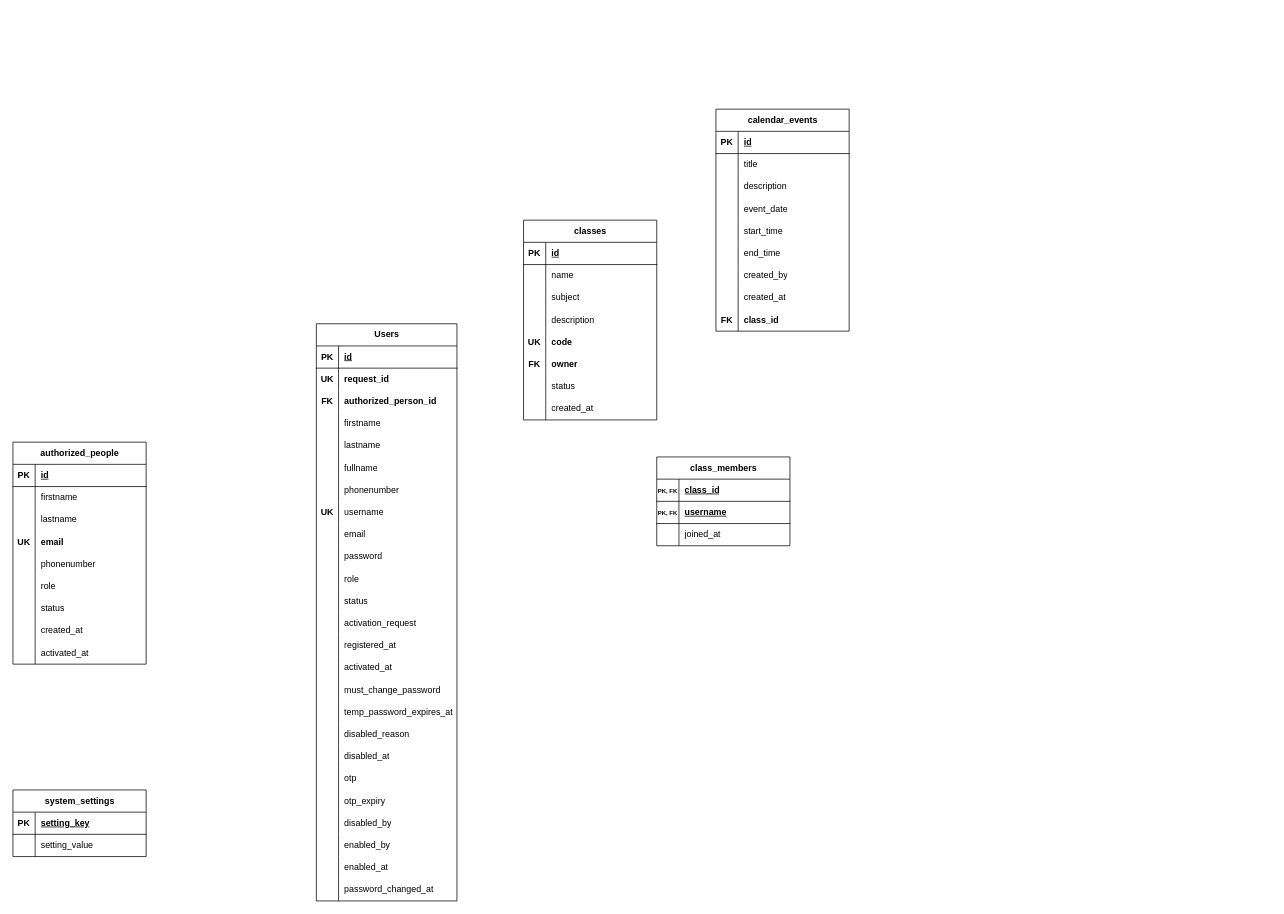
Earlier version of the draw.io diagram finalized.drawio (RexKvntt/2nd-Year-Projects). Source tidied: cells renumbered, new cells numbered last; positions are measured from the earlier drawing's top-left corner, leaving out a move shared by most shapes. Both pictures are drawn from the tidied source at 74%, with x=0, y=0 at pixel (13, 109).
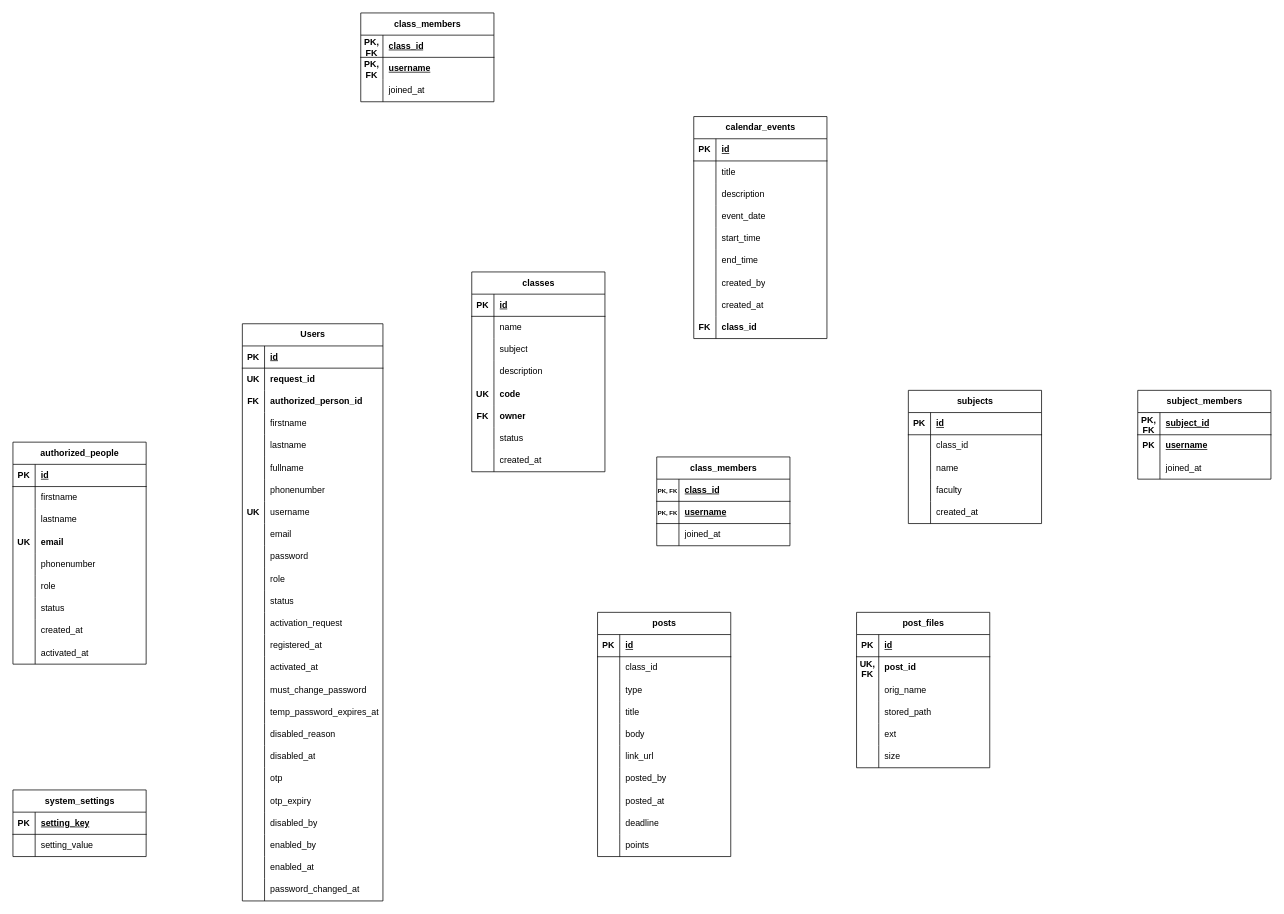
The same diagram, later.

What changed in the source:
```diff
@@
     <mxCell id="2" value="Users" style="shape=table;startSize=30;childLayout=tableLayout;rowLines=0;fontStyle=1;align=center;html=1;" parent="1" vertex="1">
-      <mxGeometry x="410" y="290" width="190" height="780" as="geometry" />
+      <mxGeometry x="310" y="290" width="190" height="780" as="geometry" />
     </mxCell>
@@
     <mxCell id="113" value="classes" style="shape=table;startSize=30;childLayout=tableLayout;rowLines=0;fontStyle=1;align=center;html=1;" parent="1" vertex="1">
-      <mxGeometry x="690" y="150" width="180" height="270" as="geometry" />
+      <mxGeometry x="620" y="220" width="180" height="270" as="geometry" />
     </mxCell>
@@
     <mxCell id="138" value="calendar_events" style="shape=table;startSize=30;childLayout=tableLayout;rowLines=0;fontStyle=1;align=center;html=1;" parent="1" vertex="1">
-      <mxGeometry x="950" width="180" height="300" as="geometry" />
+      <mxGeometry x="920" y="10" width="180" height="300" as="geometry" />
     </mxCell>
@@
+    <mxCell id="176" value="class_members" style="shape=table;startSize=30;childLayout=tableLayout;rowLines=0;fontStyle=1;align=center;html=1;" parent="1" vertex="1">
+      <mxGeometry x="470" y="-130" width="180" height="120" as="geometry" />
+    </mxCell>
+    <mxCell id="177" style="shape=tableRow;horizontal=0;startSize=0;swimlaneHead=0;swimlaneBody=0;fillColor=none;top=0;left=0;right=0;bottom=1;" parent="176" vertex="1">
+      <mxGeometry y="30" width="180" height="30" as="geometry" />
+    </mxCell>
+    <mxCell id="178" value="PK, FK" style="shape=partialRectangle;fillColor=none;top=0;left=0;bottom=0;right=0;fontStyle=1;overflow=hidden;whiteSpace=wrap;html=1;" parent="177" vertex="1">
+      <mxGeometry width="30" height="30" as="geometry" />
+    </mxCell>
+    <mxCell id="179" value="class_id" style="shape=partialRectangle;fillColor=none;top=0;left=0;bottom=0;right=0;align=left;spacingLeft=6;fontStyle=5;overflow=hidden;whiteSpace=wrap;html=1;" parent="177" vertex="1">
+      <mxGeometry x="30" width="150" height="30" as="geometry" />
+    </mxCell>
+    <mxCell id="180" style="shape=tableRow;horizontal=0;startSize=0;swimlaneHead=0;swimlaneBody=0;fillColor=none;top=0;left=0;right=0;bottom=0;" parent="176" vertex="1">
+      <mxGeometry y="60" width="180" height="30" as="geometry" />
+    </mxCell>
+    <mxCell id="181" value="&lt;b&gt;PK, FK&lt;/b&gt;" style="shape=partialRectangle;fillColor=none;top=0;left=0;bottom=0;right=0;overflow=hidden;whiteSpace=wrap;html=1;" parent="180" vertex="1">
+      <mxGeometry width="30" height="30" as="geometry" />
+    </mxCell>
+    <mxCell id="182" value="&lt;b&gt;&lt;u&gt;username&lt;/u&gt;&lt;/b&gt;" style="shape=partialRectangle;fillColor=none;top=0;left=0;bottom=0;right=0;align=left;spacingLeft=6;overflow=hidden;whiteSpace=wrap;html=1;" parent="180" vertex="1">
+      <mxGeometry x="30" width="150" height="30" as="geometry" />
+    </mxCell>
+    <mxCell id="183" style="shape=tableRow;horizontal=0;startSize=0;swimlaneHead=0;swimlaneBody=0;fillColor=none;top=0;left=0;right=0;bottom=0;" parent="176" vertex="1">
+      <mxGeometry y="90" width="180" height="30" as="geometry" />
+    </mxCell>
+    <mxCell id="184" style="shape=partialRectangle;fillColor=none;top=0;left=0;bottom=0;right=0;overflow=hidden;whiteSpace=wrap;html=1;" parent="183" vertex="1">
+      <mxGeometry width="30" height="30" as="geometry" />
+    </mxCell>
+    <mxCell id="185" value="joined_at" style="shape=partialRectangle;fillColor=none;top=0;left=0;bottom=0;right=0;align=left;spacingLeft=6;overflow=hidden;whiteSpace=wrap;html=1;" parent="183" vertex="1">
+      <mxGeometry x="30" width="150" height="30" as="geometry" />
+    </mxCell>
+    <mxCell id="186" value="subjects" style="shape=table;startSize=30;childLayout=tableLayout;rowLines=0;fontStyle=1;align=center;html=1;" parent="1" vertex="1">
+      <mxGeometry x="1210" y="380" width="180" height="180" as="geometry" />
+    </mxCell>
+    <mxCell id="187" style="shape=tableRow;horizontal=0;startSize=0;swimlaneHead=0;swimlaneBody=0;fillColor=none;top=0;left=0;right=0;bottom=1;" parent="186" vertex="1">
+      <mxGeometry y="30" width="180" height="30" as="geometry" />
+    </mxCell>
+    <mxCell id="188" value="PK" style="shape=partialRectangle;fillColor=none;top=0;left=0;bottom=0;right=0;fontStyle=1;overflow=hidden;whiteSpace=wrap;html=1;" parent="187" vertex="1">
+      <mxGeometry width="30" height="30" as="geometry" />
+    </mxCell>
+    <mxCell id="189" value="id" style="shape=partialRectangle;fillColor=none;top=0;left=0;bottom=0;right=0;align=left;spacingLeft=6;fontStyle=5;overflow=hidden;whiteSpace=wrap;html=1;" parent="187" vertex="1">
+      <mxGeometry x="30" width="150" height="30" as="geometry" />
+    </mxCell>
+    <mxCell id="190" style="shape=tableRow;horizontal=0;startSize=0;swimlaneHead=0;swimlaneBody=0;fillColor=none;top=0;left=0;right=0;bottom=0;" parent="186" vertex="1">
+      <mxGeometry y="60" width="180" height="30" as="geometry" />
+    </mxCell>
+    <mxCell id="191" style="shape=partialRectangle;fillColor=none;top=0;left=0;bottom=0;right=0;overflow=hidden;whiteSpace=wrap;html=1;" parent="190" vertex="1">
+      <mxGeometry width="30" height="30" as="geometry" />
+    </mxCell>
+    <mxCell id="192" value="class_id" style="shape=partialRectangle;fillColor=none;top=0;left=0;bottom=0;right=0;align=left;spacingLeft=6;overflow=hidden;whiteSpace=wrap;html=1;" parent="190" vertex="1">
+      <mxGeometry x="30" width="150" height="30" as="geometry" />
+    </mxCell>
+    <mxCell id="193" style="shape=tableRow;horizontal=0;startSize=0;swimlaneHead=0;swimlaneBody=0;fillColor=none;top=0;left=0;right=0;bottom=0;" parent="186" vertex="1">
+      <mxGeometry y="90" width="180" height="30" as="geometry" />
+    </mxCell>
+    <mxCell id="194" style="shape=partialRectangle;fillColor=none;top=0;left=0;bottom=0;right=0;overflow=hidden;whiteSpace=wrap;html=1;" parent="193" vertex="1">
+      <mxGeometry width="30" height="30" as="geometry" />
+    </mxCell>
+    <mxCell id="195" value="name" style="shape=partialRectangle;fillColor=none;top=0;left=0;bottom=0;right=0;align=left;spacingLeft=6;overflow=hidden;whiteSpace=wrap;html=1;" parent="193" vertex="1">
+      <mxGeometry x="30" width="150" height="30" as="geometry" />
+    </mxCell>
+    <mxCell id="196" style="shape=tableRow;horizontal=0;startSize=0;swimlaneHead=0;swimlaneBody=0;fillColor=none;top=0;left=0;right=0;bottom=0;" parent="186" vertex="1">
+      <mxGeometry y="120" width="180" height="30" as="geometry" />
+    </mxCell>
+    <mxCell id="197" style="shape=partialRectangle;fillColor=none;top=0;left=0;bottom=0;right=0;overflow=hidden;whiteSpace=wrap;html=1;" parent="196" vertex="1">
+      <mxGeometry width="30" height="30" as="geometry" />
+    </mxCell>
+    <mxCell id="198" value="faculty" style="shape=partialRectangle;fillColor=none;top=0;left=0;bottom=0;right=0;align=left;spacingLeft=6;overflow=hidden;whiteSpace=wrap;html=1;" parent="196" vertex="1">
+      <mxGeometry x="30" width="150" height="30" as="geometry" />
+    </mxCell>
+    <mxCell id="199" style="shape=tableRow;horizontal=0;startSize=0;swimlaneHead=0;swimlaneBody=0;fillColor=none;top=0;left=0;right=0;bottom=0;" parent="186" vertex="1">
+      <mxGeometry y="150" width="180" height="30" as="geometry" />
+    </mxCell>
+    <mxCell id="200" style="shape=partialRectangle;fillColor=none;top=0;left=0;bottom=0;right=0;overflow=hidden;whiteSpace=wrap;html=1;" parent="199" vertex="1">
+      <mxGeometry width="30" height="30" as="geometry" />
+    </mxCell>
+    <mxCell id="201" value="created_at" style="shape=partialRectangle;fillColor=none;top=0;left=0;bottom=0;right=0;align=left;spacingLeft=6;overflow=hidden;whiteSpace=wrap;html=1;" parent="199" vertex="1">
+      <mxGeometry x="30" width="150" height="30" as="geometry" />
+    </mxCell>
+    <mxCell id="202" value="subject_members" style="shape=table;startSize=30;childLayout=tableLayout;rowLines=0;fontStyle=1;align=center;html=1;" parent="1" vertex="1">
+      <mxGeometry x="1520" y="380" width="180" height="120" as="geometry" />
+    </mxCell>
+    <mxCell id="203" style="shape=tableRow;horizontal=0;startSize=0;swimlaneHead=0;swimlaneBody=0;fillColor=none;top=0;left=0;right=0;bottom=1;" parent="202" vertex="1">
+      <mxGeometry y="30" width="180" height="30" as="geometry" />
+    </mxCell>
+    <mxCell id="204" value="PK, FK" style="shape=partialRectangle;fillColor=none;top=0;left=0;bottom=0;right=0;fontStyle=1;overflow=hidden;whiteSpace=wrap;html=1;" parent="203" vertex="1">
+      <mxGeometry width="30" height="30" as="geometry" />
+    </mxCell>
+    <mxCell id="205" value="subject_id" style="shape=partialRectangle;fillColor=none;top=0;left=0;bottom=0;right=0;align=left;spacingLeft=6;fontStyle=5;overflow=hidden;whiteSpace=wrap;html=1;" parent="203" vertex="1">
+      <mxGeometry x="30" width="150" height="30" as="geometry" />
+    </mxCell>
+    <mxCell id="206" style="shape=tableRow;horizontal=0;startSize=0;swimlaneHead=0;swimlaneBody=0;fillColor=none;top=0;left=0;right=0;bottom=0;" parent="202" vertex="1">
+      <mxGeometry y="60" width="180" height="30" as="geometry" />
+    </mxCell>
+    <mxCell id="207" value="&lt;b&gt;PK&lt;/b&gt;" style="shape=partialRectangle;fillColor=none;top=0;left=0;bottom=0;right=0;overflow=hidden;whiteSpace=wrap;html=1;" parent="206" vertex="1">
+      <mxGeometry width="30" height="30" as="geometry" />
+    </mxCell>
+    <mxCell id="208" value="&lt;b&gt;&lt;u&gt;username&lt;/u&gt;&lt;/b&gt;" style="shape=partialRectangle;fillColor=none;top=0;left=0;bottom=0;right=0;align=left;spacingLeft=6;overflow=hidden;whiteSpace=wrap;html=1;" parent="206" vertex="1">
+      <mxGeometry x="30" width="150" height="30" as="geometry" />
+    </mxCell>
+    <mxCell id="209" style="shape=tableRow;horizontal=0;startSize=0;swimlaneHead=0;swimlaneBody=0;fillColor=none;top=0;left=0;right=0;bottom=0;" parent="202" vertex="1">
+      <mxGeometry y="90" width="180" height="30" as="geometry" />
+    </mxCell>
+    <mxCell id="210" style="shape=partialRectangle;fillColor=none;top=0;left=0;bottom=0;right=0;overflow=hidden;whiteSpace=wrap;html=1;" parent="209" vertex="1">
+      <mxGeometry width="30" height="30" as="geometry" />
+    </mxCell>
+    <mxCell id="211" value="joined_at" style="shape=partialRectangle;fillColor=none;top=0;left=0;bottom=0;right=0;align=left;spacingLeft=6;overflow=hidden;whiteSpace=wrap;html=1;" parent="209" vertex="1">
+      <mxGeometry x="30" width="150" height="30" as="geometry" />
+    </mxCell>
+    <mxCell id="212" value="posts" style="shape=table;startSize=30;childLayout=tableLayout;rowLines=0;fontStyle=1;align=center;html=1;" parent="1" vertex="1">
+      <mxGeometry x="790" y="680" width="180" height="330" as="geometry" />
+    </mxCell>
+    <mxCell id="213" style="shape=tableRow;horizontal=0;startSize=0;swimlaneHead=0;swimlaneBody=0;fillColor=none;top=0;left=0;right=0;bottom=1;" parent="212" vertex="1">
+      <mxGeometry y="30" width="180" height="30" as="geometry" />
+    </mxCell>
+    <mxCell id="214" value="PK" style="shape=partialRectangle;fillColor=none;top=0;left=0;bottom=0;right=0;fontStyle=1;overflow=hidden;whiteSpace=wrap;html=1;" parent="213" vertex="1">
+      <mxGeometry width="30" height="30" as="geometry" />
+    </mxCell>
+    <mxCell id="215" value="id" style="shape=partialRectangle;fillColor=none;top=0;left=0;bottom=0;right=0;align=left;spacingLeft=6;fontStyle=5;overflow=hidden;whiteSpace=wrap;html=1;" parent="213" vertex="1">
+      <mxGeometry x="30" width="150" height="30" as="geometry" />
+    </mxCell>
+    <mxCell id="216" style="shape=tableRow;horizontal=0;startSize=0;swimlaneHead=0;swimlaneBody=0;fillColor=none;top=0;left=0;right=0;bottom=0;" parent="212" vertex="1">
+      <mxGeometry y="60" width="180" height="30" as="geometry" />
+    </mxCell>
+    <mxCell id="217" style="shape=partialRectangle;fillColor=none;top=0;left=0;bottom=0;right=0;overflow=hidden;whiteSpace=wrap;html=1;" parent="216" vertex="1">
+      <mxGeometry width="30" height="30" as="geometry" />
+    </mxCell>
+    <mxCell id="218" value="class_id" style="shape=partialRectangle;fillColor=none;top=0;left=0;bottom=0;right=0;align=left;spacingLeft=6;overflow=hidden;whiteSpace=wrap;html=1;" parent="216" vertex="1">
+      <mxGeometry x="30" width="150" height="30" as="geometry" />
+    </mxCell>
+    <mxCell id="219" style="shape=tableRow;horizontal=0;startSize=0;swimlaneHead=0;swimlaneBody=0;fillColor=none;top=0;left=0;right=0;bottom=0;" parent="212" vertex="1">
+      <mxGeometry y="90" width="180" height="30" as="geometry" />
+    </mxCell>
+    <mxCell id="220" style="shape=partialRectangle;fillColor=none;top=0;left=0;bottom=0;right=0;overflow=hidden;whiteSpace=wrap;html=1;" parent="219" vertex="1">
+      <mxGeometry width="30" height="30" as="geometry" />
+    </mxCell>
+    <mxCell id="221" value="type" style="shape=partialRectangle;fillColor=none;top=0;left=0;bottom=0;right=0;align=left;spacingLeft=6;overflow=hidden;whiteSpace=wrap;html=1;" parent="219" vertex="1">
+      <mxGeometry x="30" width="150" height="30" as="geometry" />
+    </mxCell>
+    <mxCell id="222" style="shape=tableRow;horizontal=0;startSize=0;swimlaneHead=0;swimlaneBody=0;fillColor=none;top=0;left=0;right=0;bottom=0;" parent="212" vertex="1">
+      <mxGeometry y="120" width="180" height="30" as="geometry" />
+    </mxCell>
+    <mxCell id="223" style="shape=partialRectangle;fillColor=none;top=0;left=0;bottom=0;right=0;overflow=hidden;whiteSpace=wrap;html=1;" parent="222" vertex="1">
+      <mxGeometry width="30" height="30" as="geometry" />
+    </mxCell>
+    <mxCell id="224" value="title" style="shape=partialRectangle;fillColor=none;top=0;left=0;bottom=0;right=0;align=left;spacingLeft=6;overflow=hidden;whiteSpace=wrap;html=1;" parent="222" vertex="1">
+      <mxGeometry x="30" width="150" height="30" as="geometry" />
+    </mxCell>
+    <mxCell id="225" style="shape=tableRow;horizontal=0;startSize=0;swimlaneHead=0;swimlaneBody=0;fillColor=none;top=0;left=0;right=0;bottom=0;" parent="212" vertex="1">
+      <mxGeometry y="150" width="180" height="30" as="geometry" />
+    </mxCell>
+    <mxCell id="226" style="shape=partialRectangle;fillColor=none;top=0;left=0;bottom=0;right=0;overflow=hidden;whiteSpace=wrap;html=1;" parent="225" vertex="1">
+      <mxGeometry width="30" height="30" as="geometry" />
+    </mxCell>
+    <mxCell id="227" value="body" style="shape=partialRectangle;fillColor=none;top=0;left=0;bottom=0;right=0;align=left;spacingLeft=6;overflow=hidden;whiteSpace=wrap;html=1;" parent="225" vertex="1">
+      <mxGeometry x="30" width="150" height="30" as="geometry" />
+    </mxCell>
+    <mxCell id="228" style="shape=tableRow;horizontal=0;startSize=0;swimlaneHead=0;swimlaneBody=0;fillColor=none;top=0;left=0;right=0;bottom=0;" parent="212" vertex="1">
+      <mxGeometry y="180" width="180" height="30" as="geometry" />
+    </mxCell>
+    <mxCell id="229" style="shape=partialRectangle;fillColor=none;top=0;left=0;bottom=0;right=0;overflow=hidden;whiteSpace=wrap;html=1;" parent="228" vertex="1">
+      <mxGeometry width="30" height="30" as="geometry" />
+    </mxCell>
+    <mxCell id="230" value="link_url" style="shape=partialRectangle;fillColor=none;top=0;left=0;bottom=0;right=0;align=left;spacingLeft=6;overflow=hidden;whiteSpace=wrap;html=1;" parent="228" vertex="1">
+      <mxGeometry x="30" width="150" height="30" as="geometry" />
+    </mxCell>
+    <mxCell id="231" style="shape=tableRow;horizontal=0;startSize=0;swimlaneHead=0;swimlaneBody=0;fillColor=none;top=0;left=0;right=0;bottom=0;" parent="212" vertex="1">
+      <mxGeometry y="210" width="180" height="30" as="geometry" />
+    </mxCell>
+    <mxCell id="232" style="shape=partialRectangle;fillColor=none;top=0;left=0;bottom=0;right=0;overflow=hidden;whiteSpace=wrap;html=1;" parent="231" vertex="1">
+      <mxGeometry width="30" height="30" as="geometry" />
+    </mxCell>
+    <mxCell id="233" value="posted_by" style="shape=partialRectangle;fillColor=none;top=0;left=0;bottom=0;right=0;align=left;spacingLeft=6;overflow=hidden;whiteSpace=wrap;html=1;" parent="231" vertex="1">
+      <mxGeometry x="30" width="150" height="30" as="geometry" />
+    </mxCell>
+    <mxCell id="234" style="shape=tableRow;horizontal=0;startSize=0;swimlaneHead=0;swimlaneBody=0;fillColor=none;top=0;left=0;right=0;bottom=0;" parent="212" vertex="1">
+      <mxGeometry y="240" width="180" height="30" as="geometry" />
+    </mxCell>
+    <mxCell id="235" style="shape=partialRectangle;fillColor=none;top=0;left=0;bottom=0;right=0;overflow=hidden;whiteSpace=wrap;html=1;" parent="234" vertex="1">
+      <mxGeometry width="30" height="30" as="geometry" />
+    </mxCell>
+    <mxCell id="236" value="posted_at" style="shape=partialRectangle;fillColor=none;top=0;left=0;bottom=0;right=0;align=left;spacingLeft=6;overflow=hidden;whiteSpace=wrap;html=1;" parent="234" vertex="1">
+      <mxGeometry x="30" width="150" height="30" as="geometry" />
+    </mxCell>
+    <mxCell id="237" style="shape=tableRow;horizontal=0;startSize=0;swimlaneHead=0;swimlaneBody=0;fillColor=none;top=0;left=0;right=0;bottom=0;" parent="212" vertex="1">
+      <mxGeometry y="270" width="180" height="30" as="geometry" />
+    </mxCell>
+    <mxCell id="238" style="shape=partialRectangle;fillColor=none;top=0;left=0;bottom=0;right=0;overflow=hidden;whiteSpace=wrap;html=1;" parent="237" vertex="1">
+      <mxGeometry width="30" height="30" as="geometry" />
+    </mxCell>
+    <mxCell id="239" value="deadline" style="shape=partialRectangle;fillColor=none;top=0;left=0;bottom=0;right=0;align=left;spacingLeft=6;overflow=hidden;whiteSpace=wrap;html=1;" parent="237" vertex="1">
+      <mxGeometry x="30" width="150" height="30" as="geometry" />
+    </mxCell>
+    <mxCell id="240" style="shape=tableRow;horizontal=0;startSize=0;swimlaneHead=0;swimlaneBody=0;fillColor=none;top=0;left=0;right=0;bottom=0;" parent="212" vertex="1">
+      <mxGeometry y="300" width="180" height="30" as="geometry" />
+    </mxCell>
+    <mxCell id="241" style="shape=partialRectangle;fillColor=none;top=0;left=0;bottom=0;right=0;overflow=hidden;whiteSpace=wrap;html=1;" parent="240" vertex="1">
+      <mxGeometry width="30" height="30" as="geometry" />
+    </mxCell>
+    <mxCell id="242" value="points" style="shape=partialRectangle;fillColor=none;top=0;left=0;bottom=0;right=0;align=left;spacingLeft=6;overflow=hidden;whiteSpace=wrap;html=1;" parent="240" vertex="1">
+      <mxGeometry x="30" width="150" height="30" as="geometry" />
+    </mxCell>
+    <mxCell id="243" value="post_files" style="shape=table;startSize=30;childLayout=tableLayout;rowLines=0;fontStyle=1;align=center;html=1;" parent="1" vertex="1">
+      <mxGeometry x="1140" y="680" width="180" height="210" as="geometry" />
+    </mxCell>
+    <mxCell id="244" style="shape=tableRow;horizontal=0;startSize=0;swimlaneHead=0;swimlaneBody=0;fillColor=none;top=0;left=0;right=0;bottom=1;" parent="243" vertex="1">
+      <mxGeometry y="30" width="180" height="30" as="geometry" />
+    </mxCell>
+    <mxCell id="245" value="PK" style="shape=partialRectangle;fillColor=none;top=0;left=0;bottom=0;right=0;fontStyle=1;overflow=hidden;whiteSpace=wrap;html=1;" parent="244" vertex="1">
+      <mxGeometry width="30" height="30" as="geometry" />
+    </mxCell>
+    <mxCell id="246" value="id" style="shape=partialRectangle;fillColor=none;top=0;left=0;bottom=0;right=0;align=left;spacingLeft=6;fontStyle=5;overflow=hidden;whiteSpace=wrap;html=1;" parent="244" vertex="1">
+      <mxGeometry x="30" width="150" height="30" as="geometry" />
+    </mxCell>
+    <mxCell id="247" style="shape=tableRow;horizontal=0;startSize=0;swimlaneHead=0;swimlaneBody=0;fillColor=none;top=0;left=0;right=0;bottom=0;" parent="243" vertex="1">
+      <mxGeometry y="60" width="180" height="30" as="geometry" />
+    </mxCell>
+    <mxCell id="248" value="&lt;b&gt;UK, FK&lt;/b&gt;" style="shape=partialRectangle;fillColor=none;top=0;left=0;bottom=0;right=0;overflow=hidden;whiteSpace=wrap;html=1;" parent="247" vertex="1">
+      <mxGeometry width="30" height="30" as="geometry" />
+    </mxCell>
+    <mxCell id="249" value="&lt;b&gt;post_id&lt;/b&gt;" style="shape=partialRectangle;fillColor=none;top=0;left=0;bottom=0;right=0;align=left;spacingLeft=6;overflow=hidden;whiteSpace=wrap;html=1;" parent="247" vertex="1">
+      <mxGeometry x="30" width="150" height="30" as="geometry" />
+    </mxCell>
+    <mxCell id="250" style="shape=tableRow;horizontal=0;startSize=0;swimlaneHead=0;swimlaneBody=0;fillColor=none;top=0;left=0;right=0;bottom=0;" parent="243" vertex="1">
+      <mxGeometry y="90" width="180" height="30" as="geometry" />
+    </mxCell>
+    <mxCell id="251" style="shape=partialRectangle;fillColor=none;top=0;left=0;bottom=0;right=0;overflow=hidden;whiteSpace=wrap;html=1;" parent="250" vertex="1">
+      <mxGeometry width="30" height="30" as="geometry" />
+    </mxCell>
+    <mxCell id="252" value="orig_name" style="shape=partialRectangle;fillColor=none;top=0;left=0;bottom=0;right=0;align=left;spacingLeft=6;overflow=hidden;whiteSpace=wrap;html=1;" parent="250" vertex="1">
+      <mxGeometry x="30" width="150" height="30" as="geometry" />
+    </mxCell>
+    <mxCell id="253" style="shape=tableRow;horizontal=0;startSize=0;swimlaneHead=0;swimlaneBody=0;fillColor=none;top=0;left=0;right=0;bottom=0;" parent="243" vertex="1">
+      <mxGeometry y="120" width="180" height="30" as="geometry" />
+    </mxCell>
+    <mxCell id="254" style="shape=partialRectangle;fillColor=none;top=0;left=0;bottom=0;right=0;overflow=hidden;whiteSpace=wrap;html=1;" parent="253" vertex="1">
+      <mxGeometry width="30" height="30" as="geometry" />
+    </mxCell>
+    <mxCell id="255" value="stored_path" style="shape=partialRectangle;fillColor=none;top=0;left=0;bottom=0;right=0;align=left;spacingLeft=6;overflow=hidden;whiteSpace=wrap;html=1;" parent="253" vertex="1">
+      <mxGeometry x="30" width="150" height="30" as="geometry" />
+    </mxCell>
+    <mxCell id="256" style="shape=tableRow;horizontal=0;startSize=0;swimlaneHead=0;swimlaneBody=0;fillColor=none;top=0;left=0;right=0;bottom=0;" parent="243" vertex="1">
+      <mxGeometry y="150" width="180" height="30" as="geometry" />
+    </mxCell>
+    <mxCell id="257" style="shape=partialRectangle;fillColor=none;top=0;left=0;bottom=0;right=0;overflow=hidden;whiteSpace=wrap;html=1;" parent="256" vertex="1">
+      <mxGeometry width="30" height="30" as="geometry" />
+    </mxCell>
+    <mxCell id="258" value="ext" style="shape=partialRectangle;fillColor=none;top=0;left=0;bottom=0;right=0;align=left;spacingLeft=6;overflow=hidden;whiteSpace=wrap;html=1;" parent="256" vertex="1">
+      <mxGeometry x="30" width="150" height="30" as="geometry" />
+    </mxCell>
+    <mxCell id="259" style="shape=tableRow;horizontal=0;startSize=0;swimlaneHead=0;swimlaneBody=0;fillColor=none;top=0;left=0;right=0;bottom=0;" parent="243" vertex="1">
+      <mxGeometry y="180" width="180" height="30" as="geometry" />
+    </mxCell>
+    <mxCell id="260" style="shape=partialRectangle;fillColor=none;top=0;left=0;bottom=0;right=0;overflow=hidden;whiteSpace=wrap;html=1;" parent="259" vertex="1">
+      <mxGeometry width="30" height="30" as="geometry" />
+    </mxCell>
+    <mxCell id="261" value="size" style="shape=partialRectangle;fillColor=none;top=0;left=0;bottom=0;right=0;align=left;spacingLeft=6;overflow=hidden;whiteSpace=wrap;html=1;" parent="259" vertex="1">
+      <mxGeometry x="30" width="150" height="30" as="geometry" />
+    </mxCell>
```
